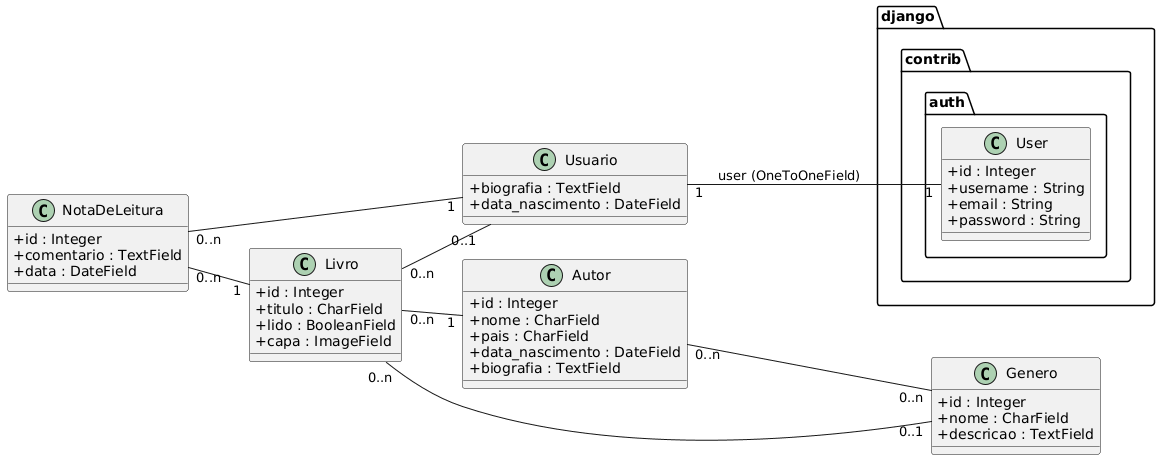
Above: docs/diagrama.png in clara-matos/The-book-store (PlantUML), before the change. Its diagram source:
```plantuml
@startuml
left to right direction
skinparam classAttributeIconSize 0

package "django.contrib.auth" {
  class User {
    + id : Integer
    + username : String
    + email : String
    + password : String
  }
}

class Usuario {
  + biografia : TextField
  + data_nascimento : DateField
}

class Autor {
  + id : Integer
  + nome : CharField
  + pais : CharField
  + data_nascimento : DateField
  + biografia : TextField
}

class Genero {
  + id : Integer
  + nome : CharField
  + descricao : TextField
}

class Livro {
  + id : Integer
  + titulo : CharField
  + lido : BooleanField
  + capa : ImageField
}

class NotaDeLeitura {
  + id : Integer
  + comentario : TextField
  + data : DateField
}

Usuario "1" -- "1" User : user (OneToOneField)

Livro "0..n" -- "1" Autor
Livro "0..n" -- "0..1" Genero
Livro "0..n" -- "0..1" Usuario
NotaDeLeitura "0..n" -- "1" Livro
NotaDeLeitura "0..n" -- "1" Usuario

Autor "0..n" -- "0..n" Genero
@enduml
```
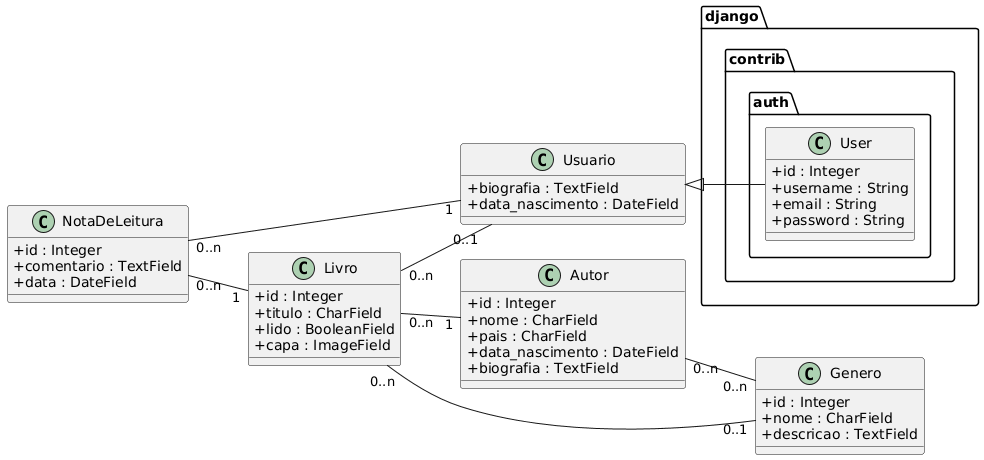
Later version of the same file.

Diff of the diagram source:
```diff
@@ -43,7 +43,7 @@
   + data : DateField
 }
 
-Usuario "1" -- "1" User : user (OneToOneField)
+Usuario <|-- User
 
 Livro "0..n" -- "1" Autor
 Livro "0..n" -- "0..1" Genero
```
